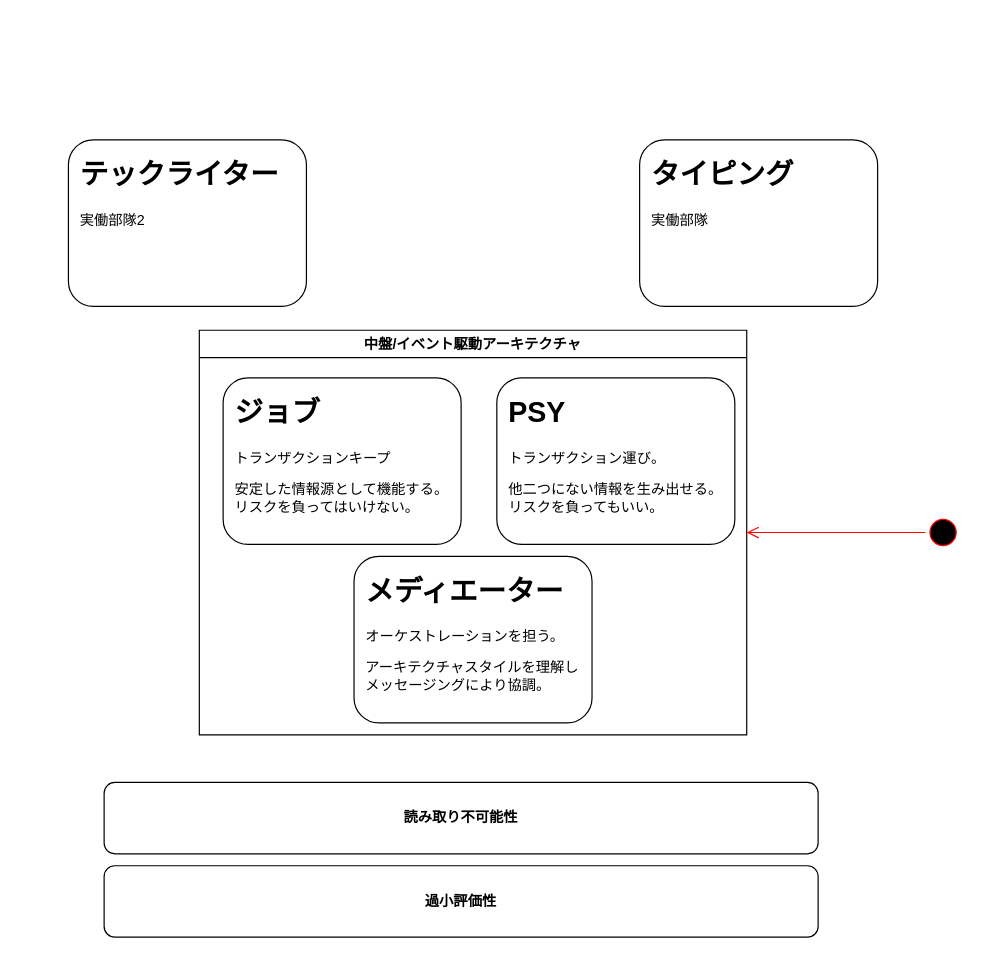
Earlier version of the draw.io diagram page "ページ3" (3 of 3) of 名称未設定ファイル.drawio (minegishirei/draw_v1). Source tidied: cells renumbered, new cells numbered last; positions are measured from the earlier drawing's top-left corner, leaving out a move shared by most shapes. Both pictures are drawn from the tidied source at 119%, with x=0, y=0 at pixel (68, 139).
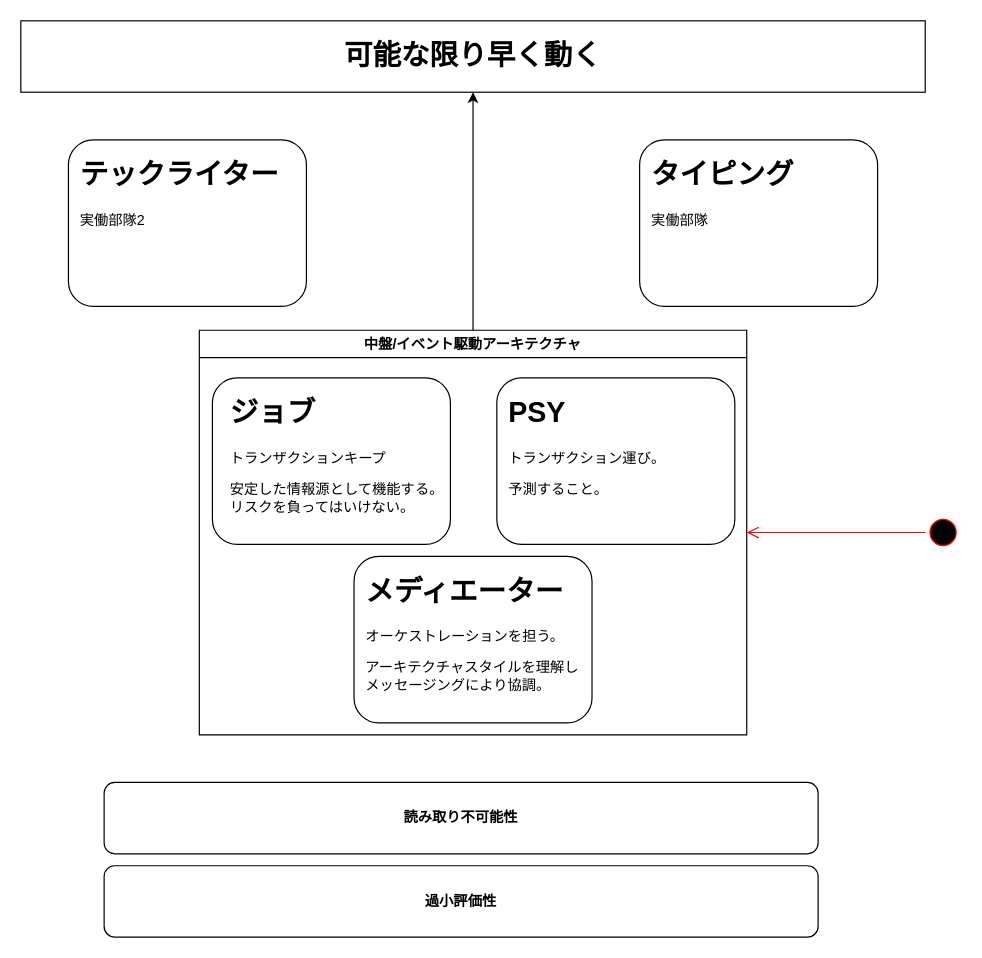
Above is the later version.

Commit message:
名称未設定ファイル.drawio を更新します

The change refers to these unchanged cells:
```xml
<mxCell id="5" style="group;" parent="1" vertex="1">
  <mxGeometry x="360" y="200" width="200" height="140" as="geometry" />
</mxCell>
<mxCell id="8" value="中盤/イベント駆動アーキテクチャ" style="swimlane;whiteSpace=wrap;html=1;" parent="1" vertex="1">
  <mxGeometry x="110" y="160" width="460" height="340" as="geometry" />
</mxCell>
<mxCell id="9" style="group;" parent="8" vertex="1">
  <mxGeometry x="20" y="40" width="380" height="300" as="geometry" />
</mxCell>
```

What changed in the source:
```diff
@@
-    <mxCell id="7" value="&lt;h1&gt;PSY&lt;/h1&gt;&lt;p&gt;&lt;span style=&quot;background-color: initial;&quot;&gt;トランザクション運び。&lt;/span&gt;&lt;br&gt;&lt;/p&gt;&lt;p&gt;他二つにない情報を生み出せる。リスクを負ってもいい。&lt;/p&gt;" style="text;html=1;strokeColor=none;fillColor=none;spacing=5;spacingTop=-20;whiteSpace=wrap;overflow=hidden;rounded=0;" parent="5" vertex="1">
+    <mxCell id="7" value="&lt;h1&gt;PSY&lt;/h1&gt;&lt;p&gt;&lt;span style=&quot;background-color: initial;&quot;&gt;トランザクション運び。&lt;/span&gt;&lt;br&gt;&lt;/p&gt;&lt;p&gt;予測すること。&lt;/p&gt;" style="text;html=1;strokeColor=none;fillColor=none;spacing=5;spacingTop=-20;whiteSpace=wrap;overflow=hidden;rounded=0;" parent="5" vertex="1">
       <mxGeometry x="5" y="10" width="190" height="120" as="geometry" />
     </mxCell>
@@
     <mxCell id="10" style="rounded=1;whiteSpace=wrap;html=1;" parent="9" vertex="1">
-      <mxGeometry width="200" height="140" as="geometry" />
+      <mxGeometry x="-9" width="200" height="140" as="geometry" />
     </mxCell>
     <mxCell id="11" value="&lt;h1&gt;ジョブ&lt;/h1&gt;&lt;p&gt;トランザクションキープ&lt;/p&gt;&lt;p&gt;安定した情報源として機能する。リスクを負ってはいけない。&lt;/p&gt;" style="text;html=1;strokeColor=none;fillColor=none;spacing=5;spacingTop=-20;whiteSpace=wrap;overflow=hidden;rounded=0;" parent="9" vertex="1">
-      <mxGeometry x="5" y="10" width="190" height="120" as="geometry" />
+      <mxGeometry x="1" y="10" width="190" height="120" as="geometry" />
     </mxCell>
@@
+    <mxCell id="22" value="&lt;b&gt;&lt;font style=&quot;font-size: 24px;&quot;&gt;可能な限り早く動く&lt;/font&gt;&lt;/b&gt;" style="rounded=0;whiteSpace=wrap;html=1;" parent="1" vertex="1">
+      <mxGeometry x="-40" y="-100" width="760" height="60" as="geometry" />
+    </mxCell>
+    <mxCell id="23" style="endArrow=classic;html=1;rounded=0;fontSize=24;exitX=0.5;exitY=0;exitDx=0;exitDy=0;entryX=0.5;entryY=1;entryDx=0;entryDy=0;" parent="1" edge="1" source="8" target="22">
+      <mxGeometry relative="1" as="geometry" />
+    </mxCell>
```
